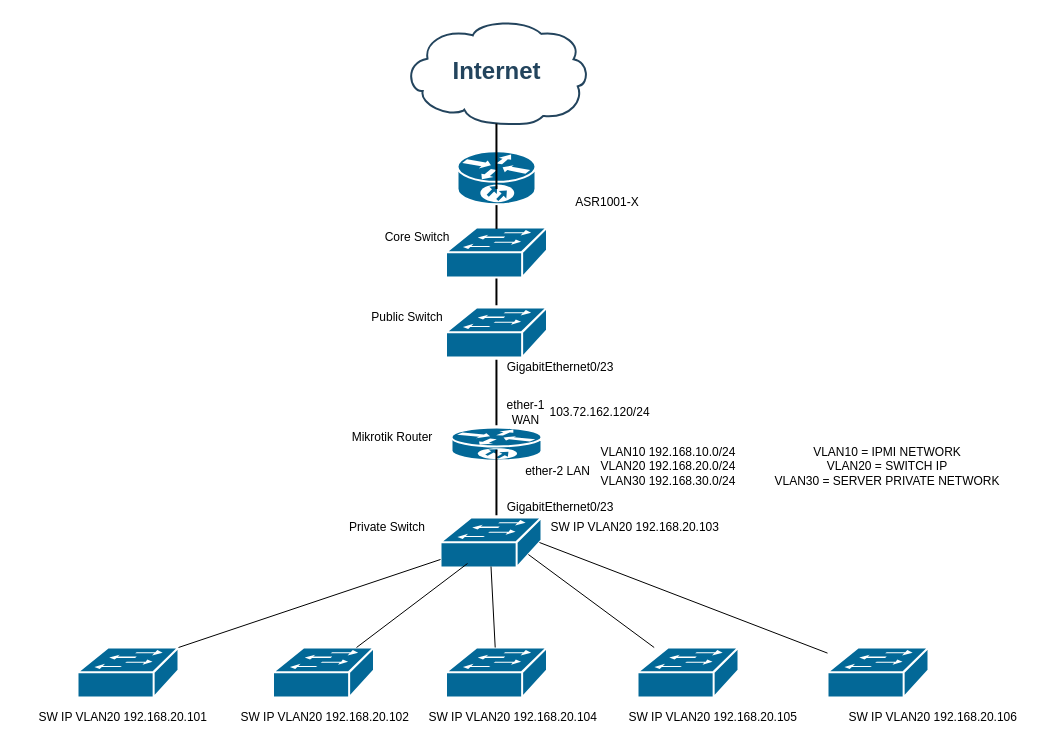
Before: Untitled Diagram.drawio in LowKey88/diagramx, a draw.io diagram. Source tidied: cells renumbered, new cells numbered last; positions are measured from the earlier drawing's top-left corner, leaving out a move shared by most shapes. Both pictures are drawn from the tidied source at 100%, with x=0, y=0 at pixel (17, 18).
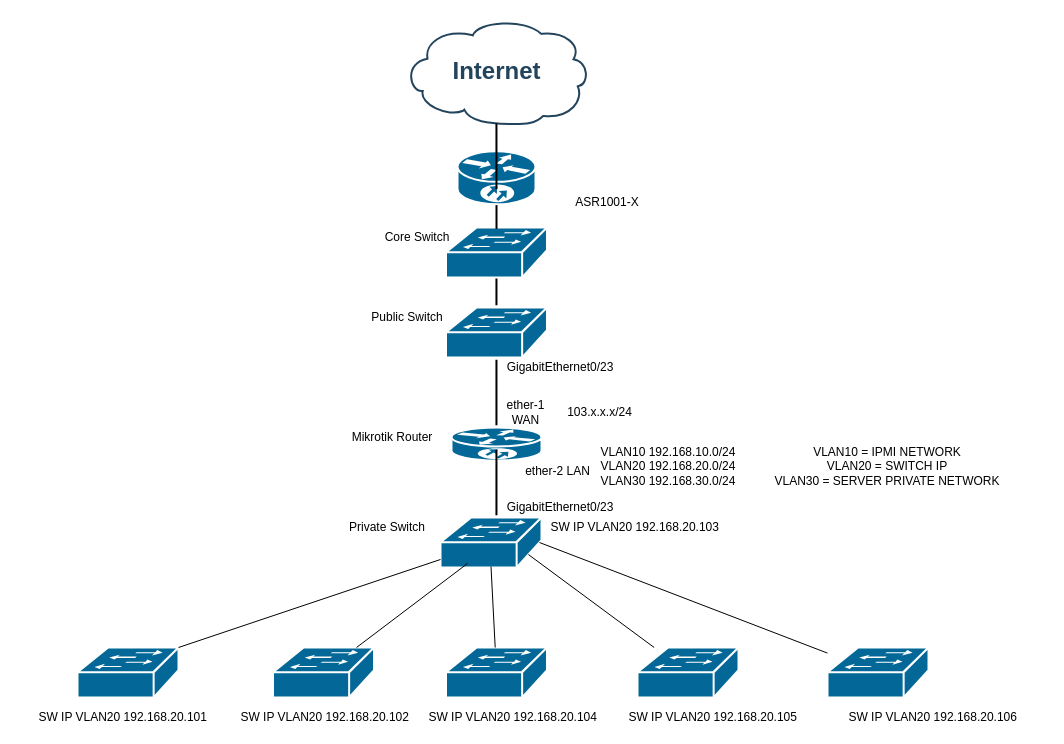
Above is the later version.

What changed in the source:
```diff
@@
-    <mxCell id="40" value="103.72.162.120/24" style="text;html=1;strokeColor=none;fillColor=none;align=center;verticalAlign=middle;whiteSpace=wrap;rounded=0;" parent="1" vertex="1">
+    <mxCell id="40" value="&lt;div&gt;103.x.x.x/24&lt;/div&gt;" style="text;html=1;strokeColor=none;fillColor=none;align=center;verticalAlign=middle;whiteSpace=wrap;rounded=0;" parent="1" vertex="1">
       <mxGeometry x="551" y="389" width="63" height="10" as="geometry" />
     </mxCell>
```
